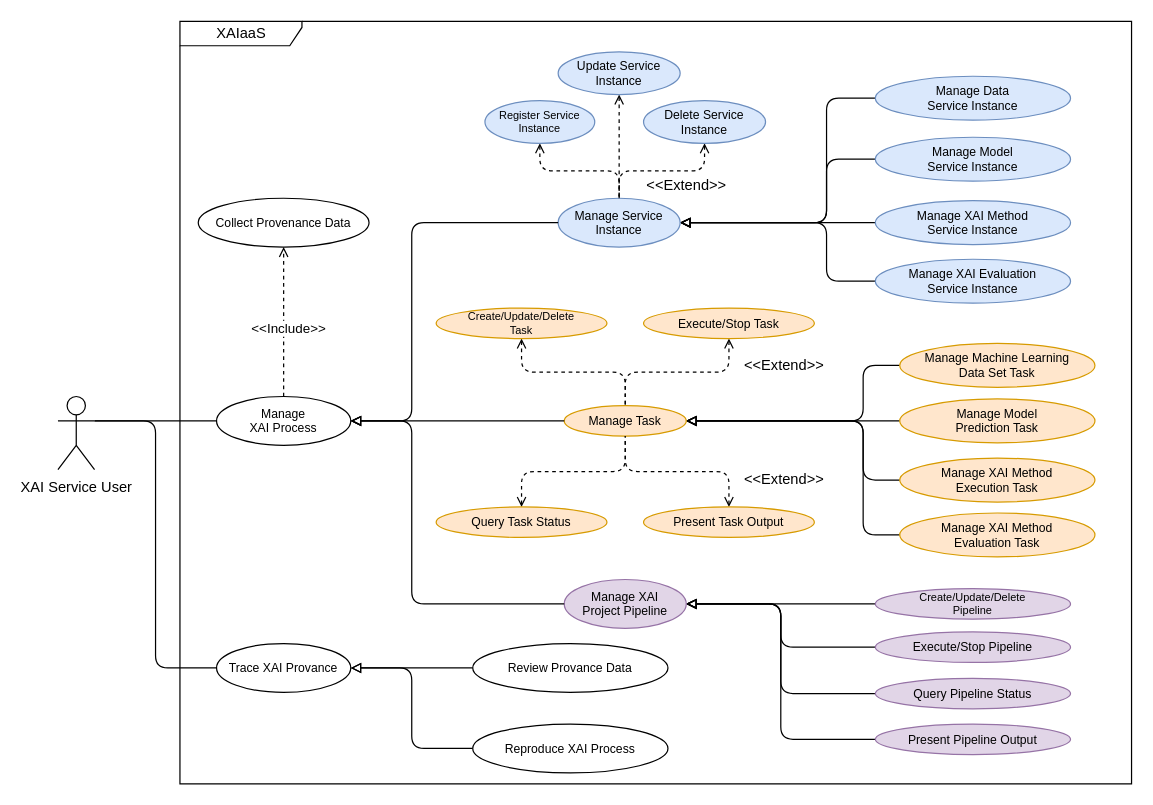
Earlier version of the draw.io diagram page "use case" (7 of 11) of Documents/Diagrams.drawio (ZeruiW/XAI-Service). Source tidied: cells renumbered, new cells numbered last; positions are measured from the earlier drawing's top-left corner, leaving out a move shared by most shapes. Both pictures are drawn from the tidied source at 122%, with x=0, y=0 at pixel (57, 21).
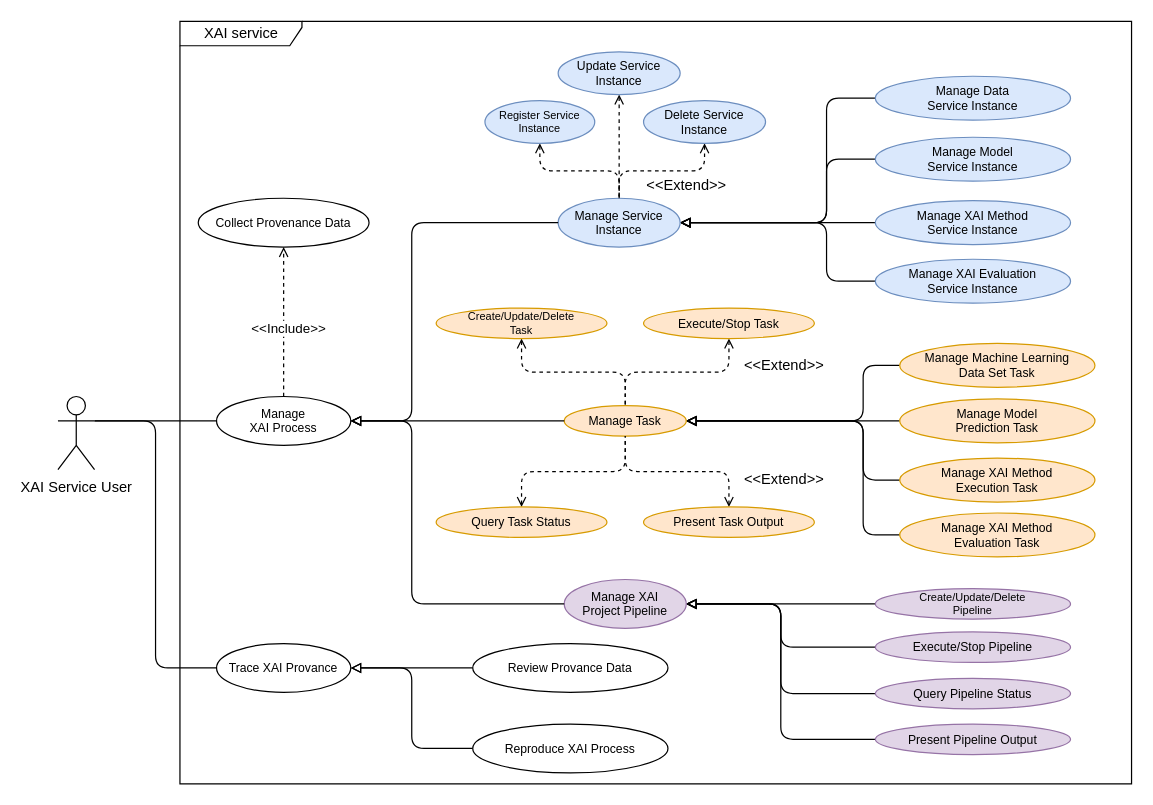
After the change.

What changed in the source:
```diff
@@
-    <mxCell id="2" value="XAIaaS" style="shape=umlFrame;tabPosition=left;html=1;boundedLbl=1;labelInHeader=1;width=100;height=20;" parent="1" vertex="1">
+    <mxCell id="2" value="XAI service" style="shape=umlFrame;tabPosition=left;html=1;boundedLbl=1;labelInHeader=1;width=100;height=20;" parent="1" vertex="1">
       <mxGeometry x="100" width="780" height="625" as="geometry" />
     </mxCell>
```
